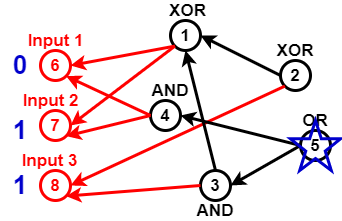
This is Untitled Diagram.png from sara1024/-CCF201412-2-Z-, a draw.io export, as it was before one commit. Source tidied: cells renumbered, new cells last; positions are measured from the earlier drawing's top-left corner, leaving out a move shared by most shapes.
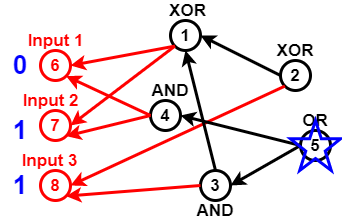
The same diagram one commit later.

What changed in the source:
```diff
@@ -80,16 +80,16 @@
     <mxCell id="27" value="Input 3" style="text;html=1;strokeColor=none;fillColor=none;align=center;verticalAlign=middle;whiteSpace=wrap;rounded=0;fontSize=17;fontColor=#FF0000;fontStyle=1;" parent="1" vertex="1">
       <mxGeometry x="17.5" y="150" width="62.5" height="20" as="geometry" />
     </mxCell>
-    <mxCell id="28" value="0" style="text;html=1;strokeColor=none;fillColor=none;align=center;verticalAlign=middle;whiteSpace=wrap;rounded=0;fontSize=26;fontStyle=1;fontColor=#0000CC;" parent="1" vertex="1">
+    <mxCell id="28" value="0" style="text;html=1;strokeColor=none;fillColor=none;align=center;verticalAlign=middle;whiteSpace=wrap;rounded=0;fontSize=26;fontStyle=1;fontColor=#0000FF;" parent="1" vertex="1">
       <mxGeometry y="55" width="40" height="20" as="geometry" />
     </mxCell>
-    <mxCell id="29" value="1" style="text;html=1;strokeColor=none;fillColor=none;align=center;verticalAlign=middle;whiteSpace=wrap;rounded=0;fontSize=26;fontColor=#0000CC;fontStyle=1;" parent="1" vertex="1">
+    <mxCell id="29" value="1" style="text;html=1;strokeColor=none;fillColor=none;align=center;verticalAlign=middle;whiteSpace=wrap;rounded=0;fontSize=26;fontStyle=1;fontColor=#0000FF;" parent="1" vertex="1">
       <mxGeometry y="120" width="40" height="20" as="geometry" />
     </mxCell>
-    <mxCell id="30" value="1" style="text;html=1;strokeColor=none;fillColor=none;align=center;verticalAlign=middle;whiteSpace=wrap;rounded=0;fontSize=26;fontStyle=1;fontColor=#0000CC;" parent="1" vertex="1">
+    <mxCell id="30" value="1" style="text;html=1;strokeColor=none;fillColor=none;align=center;verticalAlign=middle;whiteSpace=wrap;rounded=0;fontSize=26;fontStyle=1;fontColor=#0000FF;" parent="1" vertex="1">
       <mxGeometry y="175" width="40" height="20" as="geometry" />
     </mxCell>
-    <mxCell id="31" style="verticalLabelPosition=bottom;verticalAlign=top;html=1;shape=mxgraph.basic.star;strokeWidth=3;fillColor=none;gradientColor=none;fontSize=26;fontColor=#0000CC;strokeColor=#0000CC;" parent="1" vertex="1">
+    <mxCell id="31" style="verticalLabelPosition=bottom;verticalAlign=top;html=1;shape=mxgraph.basic.star;strokeWidth=3;fillColor=none;gradientColor=none;fontSize=26;fontColor=#0000CC;strokeColor=#0000FF;" parent="1" vertex="1">
       <mxGeometry x="290" y="120" width="50" height="50" as="geometry" />
     </mxCell>
   </root>
```
